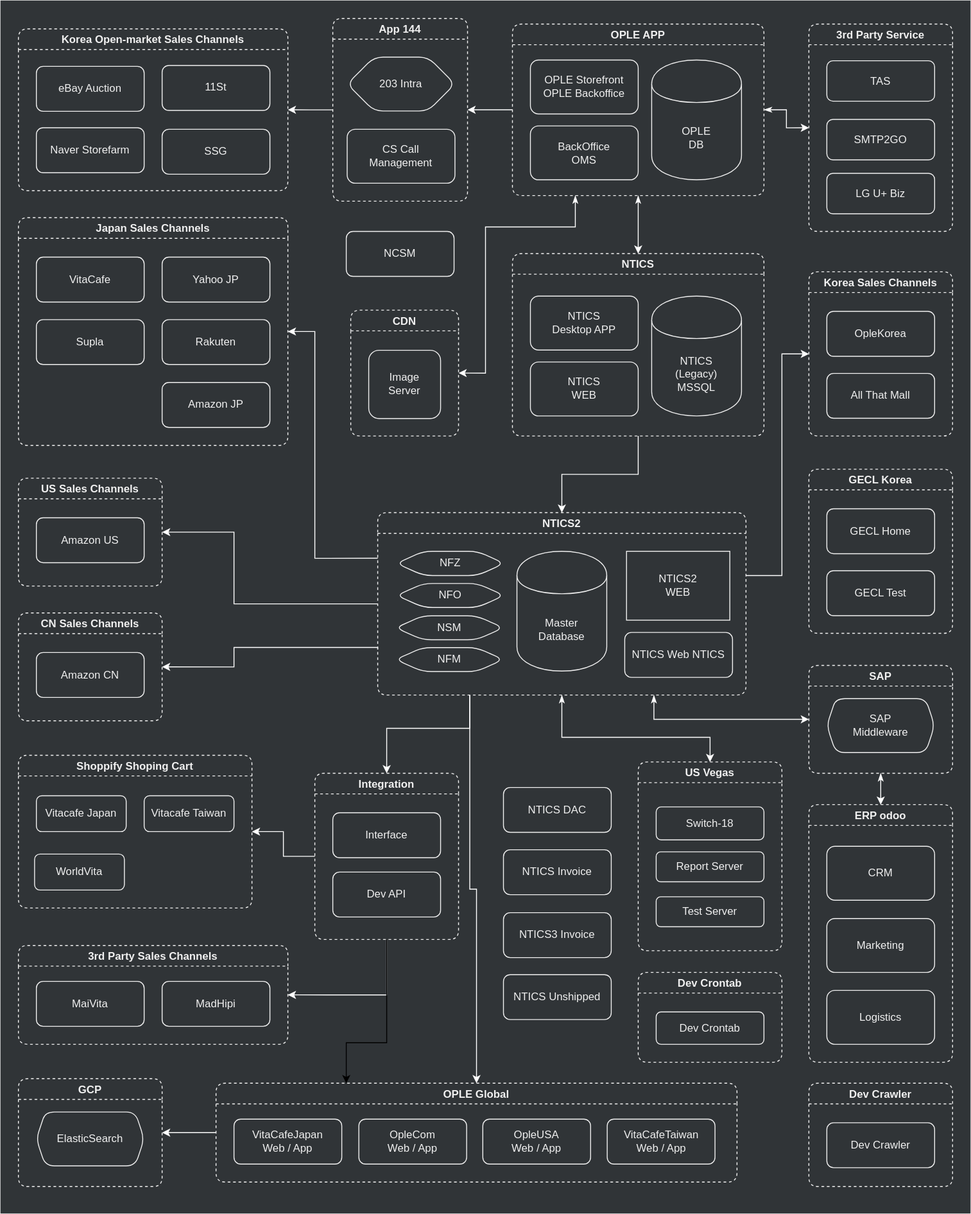
Above: assets/.draw.io/references/infrastructure-diagram.svg in jiholee-ntwglobal/jiholee-ntwglobal.github.io (draw.io), before the change. Source tidied: cells renumbered, new cells last; positions are measured from the earlier drawing's top-left corner, leaving out a move shared by most shapes.
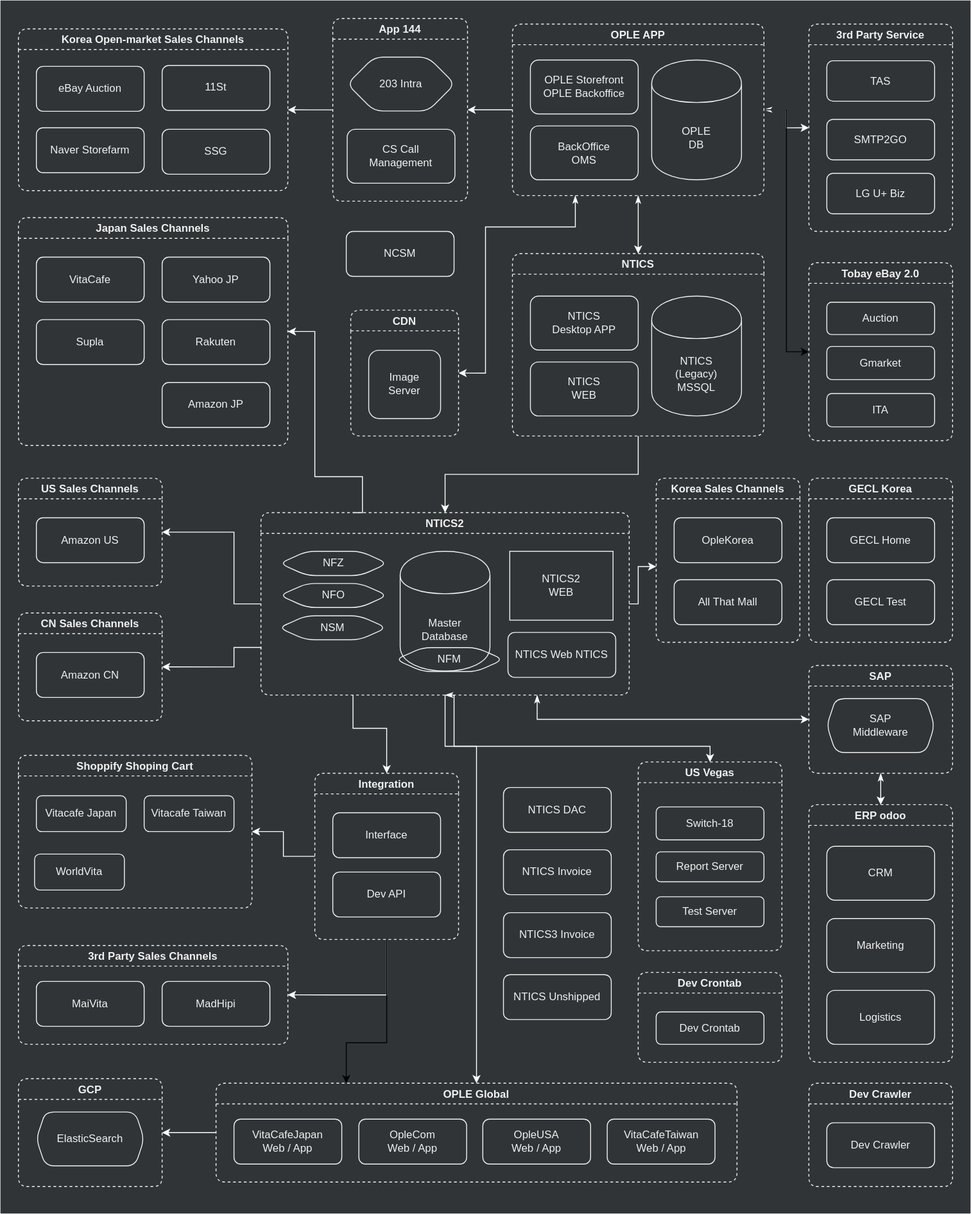
After the change.

Change to the diagram source:
```diff
@@ -26,6 +26,9 @@
     <mxCell id="9" style="edgeStyle=orthogonalEdgeStyle;rounded=0;jettySize=auto;html=1;exitX=0;exitY=0.5;exitDx=0;exitDy=0;entryX=1;entryY=0.5;entryDx=0;entryDy=0;startArrow=none;startFill=0;strokeColor=#FFFFFF;fontColor=#FFFFFF;" parent="1" edge="1" source="10" target="61">
       <mxGeometry relative="1" as="geometry" />
     </mxCell>
+    <mxCell id="104" style="edgeStyle=orthogonalEdgeStyle;rounded=0;jettySize=auto;html=1;entryX=0;entryY=0.5;entryDx=0;entryDy=0;" parent="1" edge="1" source="10" target="105">
+      <mxGeometry relative="1" as="geometry" />
+    </mxCell>
     <mxCell id="10" value="OPLE APP" style="swimlane;rounded=1;fillColor=none;fontColor=#F0F0F0;strokeColor=#F0F0F0;dashed=1;" parent="1" vertex="1">
       <mxGeometry x="570" y="26.2" width="280" height="190.8" as="geometry" />
     </mxCell>
@@ -131,10 +134,11 @@
     <mxCell id="42" value="NTICS&lt;br&gt;WEB" style="rounded=1;whiteSpace=wrap;html=1;fillColor=none;fontColor=#F0F0F0;strokeColor=#F0F0F0;" parent="39" vertex="1">
       <mxGeometry x="20" y="120.7" width="120" height="60" as="geometry" />
     </mxCell>
-    <mxCell id="43" style="edgeStyle=orthogonalEdgeStyle;rounded=0;jettySize=auto;html=1;entryX=1;entryY=0.5;entryDx=0;entryDy=0;startArrow=none;startFill=0;strokeColor=#FFFFFF;fontColor=#FFFFFF;exitX=0;exitY=0.25;exitDx=0;exitDy=0;" parent="1" edge="1" source="51" target="31">
+    <mxCell id="43" style="edgeStyle=orthogonalEdgeStyle;rounded=0;jettySize=auto;html=1;entryX=1;entryY=0.5;entryDx=0;entryDy=0;startArrow=none;startFill=0;strokeColor=#FFFFFF;fontColor=#FFFFFF;exitX=0.25;exitY=0;exitDx=0;exitDy=0;" parent="1" edge="1" source="51" target="31">
       <mxGeometry relative="1" as="geometry">
         <Array as="points">
-          <mxPoint x="350" y="621" />
+          <mxPoint x="403" y="530" />
+          <mxPoint x="350" y="530" />
           <mxPoint x="350" y="368" />
         </Array>
       </mxGeometry>
@@ -151,7 +155,7 @@
       <mxGeometry relative="1" as="geometry">
         <mxPoint x="180" y="741.7" as="targetPoint" />
         <Array as="points">
-          <mxPoint x="420" y="720" />
+          <mxPoint x="290" y="720" />
           <mxPoint x="260" y="720" />
           <mxPoint x="260" y="742" />
         </Array>
@@ -160,7 +164,7 @@
     <mxCell id="46" style="edgeStyle=orthogonalEdgeStyle;rounded=0;jettySize=auto;html=1;entryX=0.5;entryY=0;entryDx=0;entryDy=0;startArrow=none;startFill=0;strokeColor=#FFFFFF;fontColor=#FFFFFF;exitX=0.25;exitY=1;exitDx=0;exitDy=0;" parent="1" edge="1" source="51" target="69">
       <mxGeometry relative="1" as="geometry">
         <Array as="points">
-          <mxPoint x="523" y="810" />
+          <mxPoint x="393" y="810" />
           <mxPoint x="430" y="810" />
         </Array>
       </mxGeometry>
@@ -168,27 +172,33 @@
     <mxCell id="47" style="edgeStyle=orthogonalEdgeStyle;rounded=0;jettySize=auto;html=1;entryX=0.5;entryY=0;entryDx=0;entryDy=0;startArrow=classicThin;startFill=1;strokeColor=#FFFFFF;fontColor=#FFFFFF;exitX=0.5;exitY=1;exitDx=0;exitDy=0;" parent="1" edge="1" source="51" target="18">
       <mxGeometry relative="1" as="geometry">
         <Array as="points">
-          <mxPoint x="625" y="820" />
-          <mxPoint x="790" y="820" />
+          <mxPoint x="505" y="830" />
+          <mxPoint x="790" y="830" />
         </Array>
       </mxGeometry>
     </mxCell>
     <mxCell id="48" style="edgeStyle=orthogonalEdgeStyle;rounded=0;jettySize=auto;html=1;entryX=0;entryY=0.5;entryDx=0;entryDy=0;startArrow=classicThin;startFill=1;strokeColor=#FFFFFF;fontColor=#FFFFFF;exitX=0.75;exitY=1;exitDx=0;exitDy=0;" parent="1" edge="1" source="51" target="81">
       <mxGeometry relative="1" as="geometry" />
     </mxCell>
-    <mxCell id="49" style="edgeStyle=orthogonalEdgeStyle;rounded=0;jettySize=auto;html=1;entryX=0;entryY=0.5;entryDx=0;entryDy=0;startArrow=none;startFill=0;strokeColor=#FFFFFF;fontColor=#FFFFFF;" parent="1" edge="1" source="51" target="71">
+    <mxCell id="49" style="edgeStyle=orthogonalEdgeStyle;rounded=0;jettySize=auto;html=1;startArrow=none;startFill=0;strokeColor=#FFFFFF;fontColor=#FFFFFF;exitX=1;exitY=0.5;exitDx=0;exitDy=0;" parent="1" edge="1" source="51">
       <mxGeometry relative="1" as="geometry">
+        <mxPoint x="730" y="630" as="targetPoint" />
         <Array as="points">
-          <mxPoint x="870" y="640" />
-          <mxPoint x="870" y="393" />
+          <mxPoint x="710" y="672" />
+          <mxPoint x="710" y="630" />
         </Array>
       </mxGeometry>
     </mxCell>
-    <mxCell id="50" style="edgeStyle=orthogonalEdgeStyle;rounded=0;jettySize=auto;html=1;exitX=0.25;exitY=1;exitDx=0;exitDy=0;entryX=0.5;entryY=0;entryDx=0;entryDy=0;strokeColor=#FFFFFF;" parent="1" edge="1" source="51" target="86">
-      <mxGeometry relative="1" as="geometry" />
+    <mxCell id="50" style="edgeStyle=orthogonalEdgeStyle;rounded=0;jettySize=auto;html=1;exitX=0.5;exitY=1;exitDx=0;exitDy=0;entryX=0.5;entryY=0;entryDx=0;entryDy=0;strokeColor=#FFFFFF;" parent="1" edge="1" source="51" target="86">
+      <mxGeometry relative="1" as="geometry">
+        <Array as="points">
+          <mxPoint x="495" y="830" />
+          <mxPoint x="530" y="830" />
+        </Array>
+      </mxGeometry>
     </mxCell>
     <mxCell id="51" value="NTICS2" style="swimlane;rounded=1;fillColor=none;fontColor=#F0F0F0;strokeColor=#F0F0F0;dashed=1;" parent="1" vertex="1">
-      <mxGeometry x="420" y="570" width="410" height="203" as="geometry" />
+      <mxGeometry x="290" y="570" width="410" height="203" as="geometry" />
     </mxCell>
     <mxCell id="52" value="Master&lt;br&gt;Database" style="shape=cylinder;whiteSpace=wrap;html=1;boundedLbl=1;backgroundOutline=1;fillColor=none;fontColor=#F0F0F0;strokeColor=#F0F0F0;" parent="51" vertex="1">
       <mxGeometry x="155" y="43" width="100" height="133.3" as="geometry" />
@@ -257,7 +267,7 @@
       <mxGeometry x="20" y="44" width="120" height="50" as="geometry" />
     </mxCell>
     <mxCell id="71" value="Korea Sales Channels" style="swimlane;rounded=1;fillColor=none;fontColor=#F0F0F0;strokeColor=#F0F0F0;dashed=1;" parent="1" vertex="1">
-      <mxGeometry x="900" y="302" width="160" height="182.7" as="geometry" />
+      <mxGeometry x="730" y="531.7" width="160" height="182.7" as="geometry" />
     </mxCell>
     <mxCell id="72" value="OpleKorea" style="rounded=1;whiteSpace=wrap;html=1;fillColor=none;fontColor=#F0F0F0;strokeColor=#F0F0F0;" parent="71" vertex="1">
       <mxGeometry x="20" y="44" width="120" height="50" as="geometry" />
@@ -275,7 +285,7 @@
       <mxGeometry x="160" y="40" width="120" height="50" as="geometry" />
     </mxCell>
     <mxCell id="77" value="GECL Korea" style="swimlane;rounded=1;fillColor=none;fontColor=#F0F0F0;strokeColor=#F0F0F0;dashed=1;" parent="1" vertex="1">
-      <mxGeometry x="900" y="521.7" width="160" height="182.7" as="geometry" />
+      <mxGeometry x="900" y="531.7" width="160" height="182.7" as="geometry" />
     </mxCell>
     <mxCell id="78" value="GECL Home" style="rounded=1;whiteSpace=wrap;html=1;fillColor=none;fontColor=#F0F0F0;strokeColor=#F0F0F0;" parent="77" vertex="1">
       <mxGeometry x="20" y="44" width="120" height="50" as="geometry" />
@@ -355,5 +365,17 @@
     <mxCell id="103" value="NFM" style="shape=hexagon;perimeter=hexagonPerimeter2;whiteSpace=wrap;html=1;rounded=1;fillColor=none;fontColor=#F0F0F0;strokeColor=#F0F0F0;" parent="1" vertex="1">
       <mxGeometry x="440" y="720.2" width="120" height="26.7" as="geometry" />
     </mxCell>
+    <mxCell id="105" value="Tobay eBay 2.0" style="swimlane;rounded=1;fillColor=none;fontColor=#F0F0F0;strokeColor=#F0F0F0;dashed=1;" parent="1" vertex="1">
+      <mxGeometry x="900" y="291.8" width="160" height="198.2" as="geometry" />
+    </mxCell>
+    <mxCell id="106" value="Auction" style="rounded=1;whiteSpace=wrap;html=1;fillColor=none;fontColor=#F0F0F0;strokeColor=#F0F0F0;" parent="105" vertex="1">
+      <mxGeometry x="20" y="44" width="120" height="36" as="geometry" />
+    </mxCell>
+    <mxCell id="107" value="Gmarket" style="rounded=1;whiteSpace=wrap;html=1;fillColor=none;fontColor=#F0F0F0;strokeColor=#F0F0F0;" parent="105" vertex="1">
+      <mxGeometry x="20" y="93.2" width="120" height="37" as="geometry" />
+    </mxCell>
+    <mxCell id="108" value="ITA" style="rounded=1;whiteSpace=wrap;html=1;fillColor=none;fontColor=#F0F0F0;strokeColor=#F0F0F0;" parent="1" vertex="1">
+      <mxGeometry x="920" y="437.5" width="120" height="37" as="geometry" />
+    </mxCell>
   </root>
 </mxGraphModel>
```
